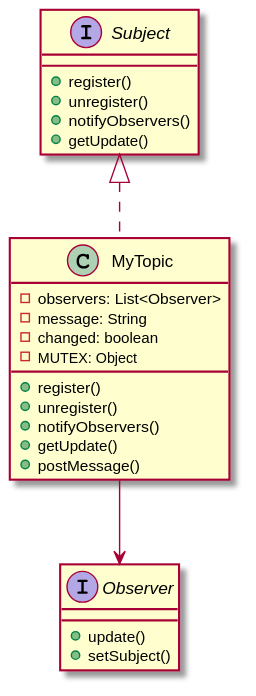
The PlantUML diagram Java-documentator/Documentation/images/Class_diagram.svg in afmoyar/Java-Documentator, before a commit.
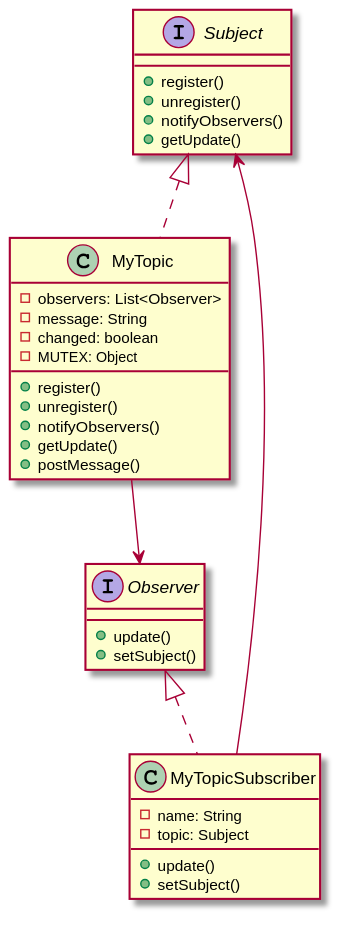
Above is the later version.

Diff of the diagram source:
```diff
@@ -20,6 +20,14 @@
 	+getUpdate()
 	+postMessage()
 }
+class MyTopicSubscriber{
+	-name: String
+	-topic: Subject
+	+update()
+	+setSubject()
+}
+MyTopicSubscriber --> Subject
+MyTopicSubscriber .up.|> Observer
 MyTopic --> Observer
 MyTopic .up.|> Subject
 @enduml
```
